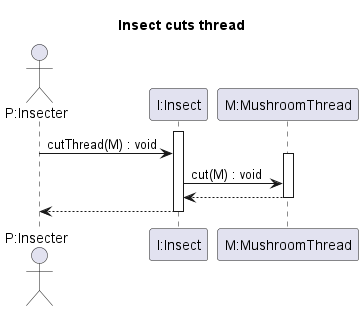
Before: out/3/sequence/instectCutThread/insectCutThread.png, a diagram exported from PlantUML (Petya-G/fungorium). Source of this version:
```plantuml
@startuml insectCutThread

title Insect cuts thread


actor "P:Insecter" as P
participant  "I:Insect" as I
participant "M:MushroomThread" as M


activate I
P -> I: cutThread(M) : void
activate M
I -> M: cut(M) : void
M--> I
deactivate M
I-->P
deactivate I




@enduml
```
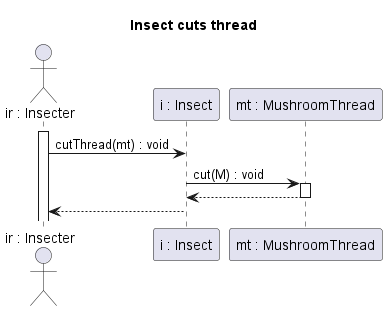
Later version of the same file.

Diff of the diagram source:
```diff
@@ -3,21 +3,19 @@
 title Insect cuts thread
 
 
-actor "P:Insecter" as P
-participant  "I:Insect" as I
-participant "M:MushroomThread" as M
+actor "ir : Insecter" as IR
+participant  "i : Insect" as I
+participant "mt : MushroomThread" as M
 
+activate IR
+IR -> I: cutThread(mt) : void
+I -> M: cut(M) : void
+activate M
+M--> I
 
-activate I
-P -> I: cutThread(M) : void
-activate M
-I -> M: cut(M) : void
-M--> I
 deactivate M
-I-->P
+I-->IR
+
 deactivate I
 
-
-
-
 @enduml
```
